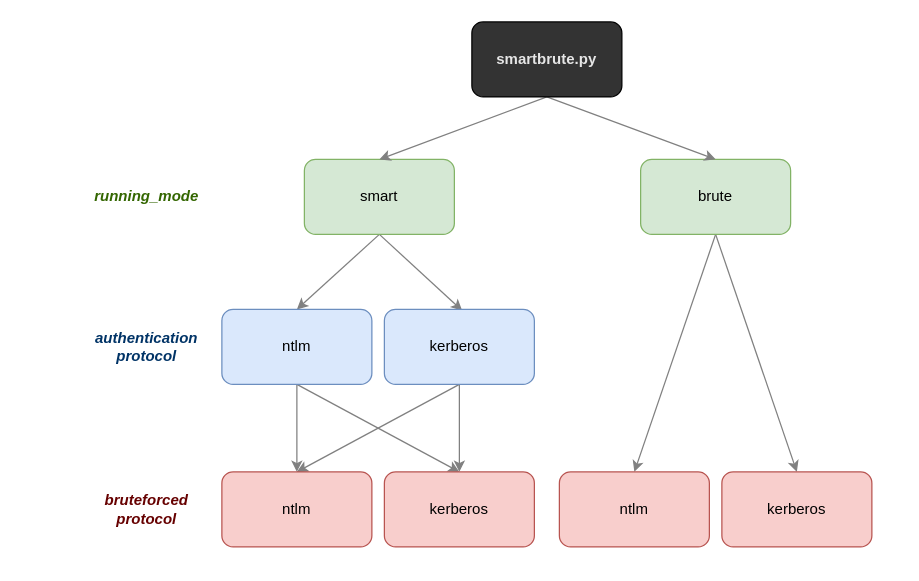
ShutdownRepo/smartbrute keeps this draw.io diagram as assets/graph_help.drawio. Above is the earlier version. Source tidied: cells renumbered, new cells numbered last; positions are measured from the earlier drawing's top-left corner, leaving out a move shared by most shapes. Both pictures are drawn from the tidied source at 125%, with x=0, y=0 at pixel (96, 21).
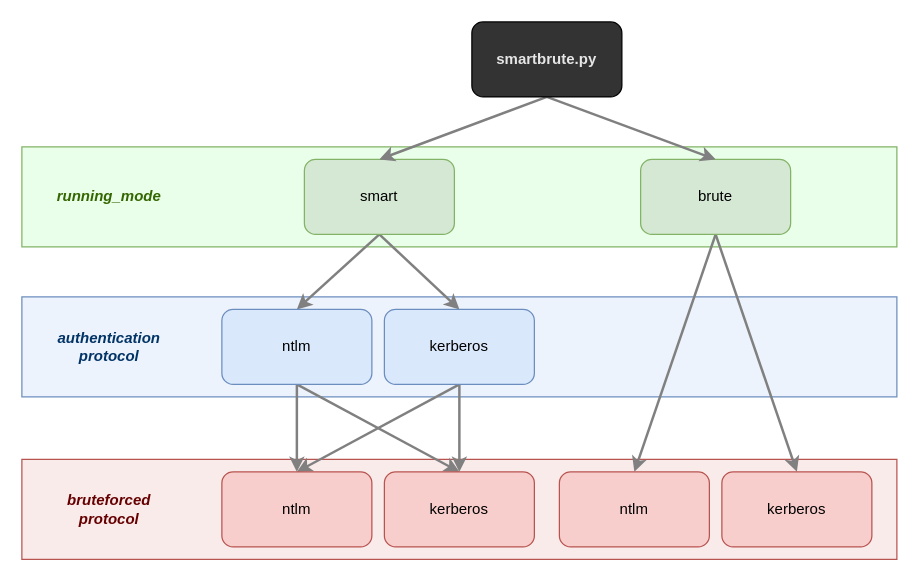
Above is the later version.

Unchanged cells that the change refers to:
```xml
<mxCell id="4" value="smart" style="rounded=1;whiteSpace=wrap;html=1;fillColor=#d5e8d4;strokeColor=#82b366;" parent="1" vertex="1">
  <mxGeometry x="166" y="110" width="120" height="60" as="geometry" />
</mxCell>
<mxCell id="7" value="brute" style="rounded=1;whiteSpace=wrap;html=1;fillColor=#d5e8d4;strokeColor=#82b366;" parent="1" vertex="1">
  <mxGeometry x="435" y="110" width="120" height="60" as="geometry" />
</mxCell>
<mxCell id="10" value="ntlm" style="rounded=1;whiteSpace=wrap;html=1;fillColor=#dae8fc;strokeColor=#6c8ebf;" parent="1" vertex="1">
  <mxGeometry x="100" y="230" width="120" height="60" as="geometry" />
</mxCell>
<mxCell id="13" value="kerberos" style="rounded=1;whiteSpace=wrap;html=1;fillColor=#dae8fc;strokeColor=#6c8ebf;" parent="1" vertex="1">
  <mxGeometry x="230" y="230" width="120" height="60" as="geometry" />
</mxCell>
<mxCell id="14" value="ntlm" style="rounded=1;whiteSpace=wrap;html=1;fillColor=#f8cecc;strokeColor=#b85450;" parent="1" vertex="1">
  <mxGeometry x="100" y="360" width="120" height="60" as="geometry" />
</mxCell>
<mxCell id="15" value="kerberos" style="rounded=1;whiteSpace=wrap;html=1;fillColor=#f8cecc;strokeColor=#b85450;" parent="1" vertex="1">
  <mxGeometry x="230" y="360" width="120" height="60" as="geometry" />
</mxCell>
<mxCell id="16" value="ntlm" style="rounded=1;whiteSpace=wrap;html=1;fillColor=#f8cecc;strokeColor=#b85450;" parent="1" vertex="1">
  <mxGeometry x="370" y="360" width="120" height="60" as="geometry" />
</mxCell>
<mxCell id="17" value="kerberos" style="rounded=1;whiteSpace=wrap;html=1;fillColor=#f8cecc;strokeColor=#b85450;" parent="1" vertex="1">
  <mxGeometry x="500" y="360" width="120" height="60" as="geometry" />
</mxCell>
<mxCell id="20" value="smartbrute.py" style="rounded=1;whiteSpace=wrap;html=1;fillColor=#333333;fontColor=#E6E6E6;fontStyle=1;" parent="1" vertex="1">
  <mxGeometry x="300" width="120" height="60" as="geometry" />
</mxCell>
```

The edit, as a diff of the source:
```diff
@@
+    <mxCell id="24" style="edgeStyle=none;rounded=0;jettySize=auto;html=1;exitX=0.5;exitY=1;exitDx=0;exitDy=0;entryX=0.5;entryY=0;entryDx=0;entryDy=0;endArrow=none;endFill=0;strokeColor=#FFFFFF;strokeWidth=5;" parent="1" edge="1" source="4" target="10">
+      <mxGeometry relative="1" as="geometry" />
+    </mxCell>
+    <mxCell id="25" style="edgeStyle=none;rounded=0;jettySize=auto;html=1;exitX=0.5;exitY=1;exitDx=0;exitDy=0;entryX=0.5;entryY=0;entryDx=0;entryDy=0;endArrow=none;endFill=0;strokeColor=#FFFFFF;strokeWidth=5;" parent="1" edge="1" source="4" target="13">
+      <mxGeometry relative="1" as="geometry" />
+    </mxCell>
+    <mxCell id="26" style="edgeStyle=none;rounded=0;jettySize=auto;html=1;exitX=0.5;exitY=0;exitDx=0;exitDy=0;entryX=0.5;entryY=1;entryDx=0;entryDy=0;endArrow=none;endFill=0;strokeColor=#FFFFFF;strokeWidth=5;" parent="1" edge="1" source="15" target="13">
+      <mxGeometry relative="1" as="geometry" />
+    </mxCell>
+    <mxCell id="27" style="edgeStyle=none;rounded=0;jettySize=auto;html=1;exitX=0.5;exitY=1;exitDx=0;exitDy=0;entryX=0.5;entryY=0;entryDx=0;entryDy=0;endArrow=none;endFill=0;strokeColor=#FFFFFF;strokeWidth=5;" parent="1" edge="1" source="10" target="14">
+      <mxGeometry relative="1" as="geometry" />
+    </mxCell>
+    <mxCell id="28" style="edgeStyle=none;rounded=0;jettySize=auto;html=1;exitX=0.5;exitY=1;exitDx=0;exitDy=0;entryX=0.5;entryY=0;entryDx=0;entryDy=0;endArrow=none;endFill=0;strokeColor=#FFFFFF;strokeWidth=5;" parent="1" edge="1" source="10" target="15">
+      <mxGeometry relative="1" as="geometry" />
+    </mxCell>
+    <mxCell id="29" style="edgeStyle=none;rounded=0;jettySize=auto;html=1;exitX=0.5;exitY=1;exitDx=0;exitDy=0;entryX=0.5;entryY=0;entryDx=0;entryDy=0;endArrow=none;endFill=0;strokeColor=#FFFFFF;strokeWidth=5;" parent="1" edge="1" source="13" target="14">
+      <mxGeometry relative="1" as="geometry" />
+    </mxCell>
+    <mxCell id="30" style="edgeStyle=none;rounded=0;jettySize=auto;html=1;exitX=0.5;exitY=0;exitDx=0;exitDy=0;endArrow=none;endFill=0;strokeColor=#FFFFFF;strokeWidth=5;entryX=0.5;entryY=1;entryDx=0;entryDy=0;" parent="1" edge="1" source="16" target="7">
+      <mxGeometry relative="1" as="geometry" />
+    </mxCell>
+    <mxCell id="31" style="edgeStyle=none;rounded=0;jettySize=auto;html=1;exitX=0.5;exitY=1;exitDx=0;exitDy=0;entryX=0.5;entryY=0;entryDx=0;entryDy=0;endArrow=none;endFill=0;strokeColor=#FFFFFF;strokeWidth=5;" parent="1" edge="1" source="7" target="17">
+      <mxGeometry relative="1" as="geometry" />
+    </mxCell>
+    <mxCell id="32" style="edgeStyle=none;rounded=0;jettySize=auto;html=1;exitX=0.5;exitY=1;exitDx=0;exitDy=0;entryX=0.5;entryY=0;entryDx=0;entryDy=0;endArrow=none;endFill=0;strokeColor=#FFFFFF;strokeWidth=5;" parent="1" edge="1" source="20" target="7">
+      <mxGeometry relative="1" as="geometry" />
+    </mxCell>
+    <mxCell id="33" style="edgeStyle=none;rounded=0;jettySize=auto;html=1;exitX=0.5;exitY=1;exitDx=0;exitDy=0;entryX=0.5;entryY=0;entryDx=0;entryDy=0;strokeColor=#FFFFFF;strokeWidth=5;endArrow=none;endFill=0;" parent="1" edge="1" source="20" target="4">
+      <mxGeometry relative="1" as="geometry" />
+    </mxCell>
+    <mxCell id="34" style="rounded=0;whiteSpace=wrap;html=1;strokeColor=#6c8ebf;fillColor=#EDF3FC;" parent="1" vertex="1">
+      <mxGeometry x="-60" y="220" width="700" height="80" as="geometry" />
+    </mxCell>
+    <mxCell id="35" style="rounded=0;whiteSpace=wrap;html=1;strokeColor=#b85450;fillColor=#FAEBEB;" parent="1" vertex="1">
+      <mxGeometry x="-60" y="350" width="700" height="80" as="geometry" />
+    </mxCell>
+    <mxCell id="36" style="rounded=0;whiteSpace=wrap;html=1;strokeColor=#82b366;fillColor=#EAFFE9;" parent="1" vertex="1">
+      <mxGeometry x="-60" y="100" width="700" height="80" as="geometry" />
+    </mxCell>
-    <mxCell id="2" style="edgeStyle=none;rounded=0;jettySize=auto;html=1;strokeColor=#808080;exitX=0.5;exitY=1;exitDx=0;exitDy=0;entryX=0.5;entryY=0;entryDx=0;entryDy=0;" parent="1" edge="1" source="4" target="10">
+    <mxCell id="2" style="edgeStyle=none;rounded=0;jettySize=auto;html=1;strokeColor=#808080;exitX=0.5;exitY=1;exitDx=0;exitDy=0;entryX=0.5;entryY=0;entryDx=0;entryDy=0;strokeWidth=2;" parent="1" edge="1" source="4" target="10">
       <mxGeometry relative="1" as="geometry" />
     </mxCell>
-    <mxCell id="3" style="edgeStyle=none;rounded=0;jettySize=auto;html=1;strokeColor=#808080;exitX=0.5;exitY=1;exitDx=0;exitDy=0;entryX=0.519;entryY=0.017;entryDx=0;entryDy=0;entryPerimeter=0;" parent="1" edge="1" source="4" target="13">
+    <mxCell id="3" style="edgeStyle=none;rounded=0;jettySize=auto;html=1;strokeColor=#808080;exitX=0.5;exitY=1;exitDx=0;exitDy=0;entryX=0.5;entryY=0;entryDx=0;entryDy=0;strokeWidth=2;" parent="1" edge="1" source="4" target="13">
       <mxGeometry relative="1" as="geometry" />
     </mxCell>
@@
-    <mxCell id="5" style="edgeStyle=none;rounded=0;jettySize=auto;html=1;strokeColor=#808080;exitX=0.5;exitY=1;exitDx=0;exitDy=0;entryX=0.5;entryY=0;entryDx=0;entryDy=0;" parent="1" edge="1" source="7" target="16">
+    <mxCell id="5" style="edgeStyle=none;rounded=0;jettySize=auto;html=1;strokeColor=#808080;exitX=0.5;exitY=1;exitDx=0;exitDy=0;entryX=0.5;entryY=0;entryDx=0;entryDy=0;strokeWidth=2;" parent="1" edge="1" source="7" target="16">
       <mxGeometry relative="1" as="geometry" />
     </mxCell>
-    <mxCell id="6" style="edgeStyle=none;rounded=0;jettySize=auto;html=1;strokeColor=#808080;exitX=0.5;exitY=1;exitDx=0;exitDy=0;entryX=0.5;entryY=0;entryDx=0;entryDy=0;" parent="1" edge="1" source="7" target="17">
+    <mxCell id="6" style="edgeStyle=none;rounded=0;jettySize=auto;html=1;strokeColor=#808080;exitX=0.5;exitY=1;exitDx=0;exitDy=0;entryX=0.5;entryY=0;entryDx=0;entryDy=0;strokeWidth=2;" parent="1" edge="1" source="7" target="17">
       <mxGeometry relative="1" as="geometry" />
     </mxCell>
@@
-    <mxCell id="8" style="edgeStyle=none;rounded=0;jettySize=auto;html=1;strokeColor=#808080;" parent="1" edge="1" source="10" target="14">
+    <mxCell id="8" style="edgeStyle=none;rounded=0;jettySize=auto;html=1;strokeColor=#808080;strokeWidth=2;" parent="1" edge="1" source="10" target="14">
       <mxGeometry relative="1" as="geometry" />
     </mxCell>
-    <mxCell id="9" style="edgeStyle=none;rounded=0;jettySize=auto;html=1;strokeColor=#808080;exitX=0.5;exitY=1;exitDx=0;exitDy=0;entryX=0.5;entryY=0;entryDx=0;entryDy=0;" parent="1" edge="1" source="10" target="15">
+    <mxCell id="9" style="edgeStyle=none;rounded=0;jettySize=auto;html=1;strokeColor=#808080;exitX=0.5;exitY=1;exitDx=0;exitDy=0;entryX=0.5;entryY=0;entryDx=0;entryDy=0;strokeWidth=2;" parent="1" edge="1" source="10" target="15">
       <mxGeometry relative="1" as="geometry" />
     </mxCell>
@@
-    <mxCell id="11" style="edgeStyle=none;rounded=0;jettySize=auto;html=1;strokeColor=#808080;" parent="1" edge="1" source="13" target="15">
+    <mxCell id="11" style="edgeStyle=none;rounded=0;jettySize=auto;html=1;strokeColor=#808080;strokeWidth=2;" parent="1" edge="1" source="13" target="15">
       <mxGeometry relative="1" as="geometry" />
     </mxCell>
-    <mxCell id="12" style="edgeStyle=none;rounded=0;jettySize=auto;html=1;strokeColor=#808080;entryX=0.5;entryY=0;entryDx=0;entryDy=0;exitX=0.5;exitY=1;exitDx=0;exitDy=0;" parent="1" edge="1" source="13" target="14">
+    <mxCell id="12" style="edgeStyle=none;rounded=0;jettySize=auto;html=1;strokeColor=#808080;entryX=0.5;entryY=0;entryDx=0;entryDy=0;exitX=0.5;exitY=1;exitDx=0;exitDy=0;strokeWidth=2;" parent="1" edge="1" source="13" target="14">
       <mxGeometry relative="1" as="geometry" />
     </mxCell>
@@
-    <mxCell id="18" style="edgeStyle=none;rounded=0;jettySize=auto;html=1;strokeColor=#808080;entryX=0.5;entryY=0;entryDx=0;entryDy=0;exitX=0.5;exitY=1;exitDx=0;exitDy=0;" parent="1" edge="1" source="20" target="4">
+    <mxCell id="18" style="edgeStyle=none;rounded=0;jettySize=auto;html=1;strokeColor=#808080;entryX=0.5;entryY=0;entryDx=0;entryDy=0;exitX=0.5;exitY=1;exitDx=0;exitDy=0;strokeWidth=2;" parent="1" edge="1" source="20" target="4">
       <mxGeometry relative="1" as="geometry" />
     </mxCell>
-    <mxCell id="19" style="edgeStyle=none;rounded=0;jettySize=auto;html=1;strokeColor=#808080;exitX=0.5;exitY=1;exitDx=0;exitDy=0;entryX=0.5;entryY=0;entryDx=0;entryDy=0;" parent="1" edge="1" source="20" target="7">
+    <mxCell id="19" style="edgeStyle=none;rounded=0;jettySize=auto;html=1;strokeColor=#808080;exitX=0.5;exitY=1;exitDx=0;exitDy=0;entryX=0.5;entryY=0;entryDx=0;entryDy=0;strokeWidth=2;" parent="1" edge="1" source="20" target="7">
       <mxGeometry relative="1" as="geometry" />
     </mxCell>
@@
     <mxCell id="21" value="&lt;i&gt;&lt;font&gt;&lt;b&gt;running_mode&lt;/b&gt;&lt;/font&gt;&lt;/i&gt;" style="text;html=1;strokeColor=none;fillColor=none;align=center;verticalAlign=middle;whiteSpace=wrap;rounded=0;labelBackgroundColor=none;fontColor=#336600;" parent="1" vertex="1">
-      <mxGeometry y="130" width="80" height="20" as="geometry" />
+      <mxGeometry x="-30" y="130" width="80" height="20" as="geometry" />
     </mxCell>
     <mxCell id="22" value="&lt;i&gt;&lt;font color=&quot;#660000&quot;&gt;&lt;b&gt;bruteforced protocol&lt;/b&gt;&lt;/font&gt;&lt;/i&gt;" style="text;html=1;strokeColor=none;fillColor=none;align=center;verticalAlign=middle;whiteSpace=wrap;rounded=0;labelBackgroundColor=none;fontColor=#336600;" parent="1" vertex="1">
-      <mxGeometry y="380" width="80" height="20" as="geometry" />
+      <mxGeometry x="-30" y="380" width="80" height="20" as="geometry" />
     </mxCell>
     <mxCell id="23" value="&lt;i&gt;&lt;b&gt;&lt;font color=&quot;#003366&quot;&gt;authentication protocol&lt;/font&gt;&lt;/b&gt;&lt;/i&gt;" style="text;html=1;strokeColor=none;fillColor=none;align=center;verticalAlign=middle;whiteSpace=wrap;rounded=0;labelBackgroundColor=none;fontColor=#336600;" parent="1" vertex="1">
-      <mxGeometry y="250" width="80" height="20" as="geometry" />
+      <mxGeometry x="-30" y="250" width="80" height="20" as="geometry" />
     </mxCell>
```
